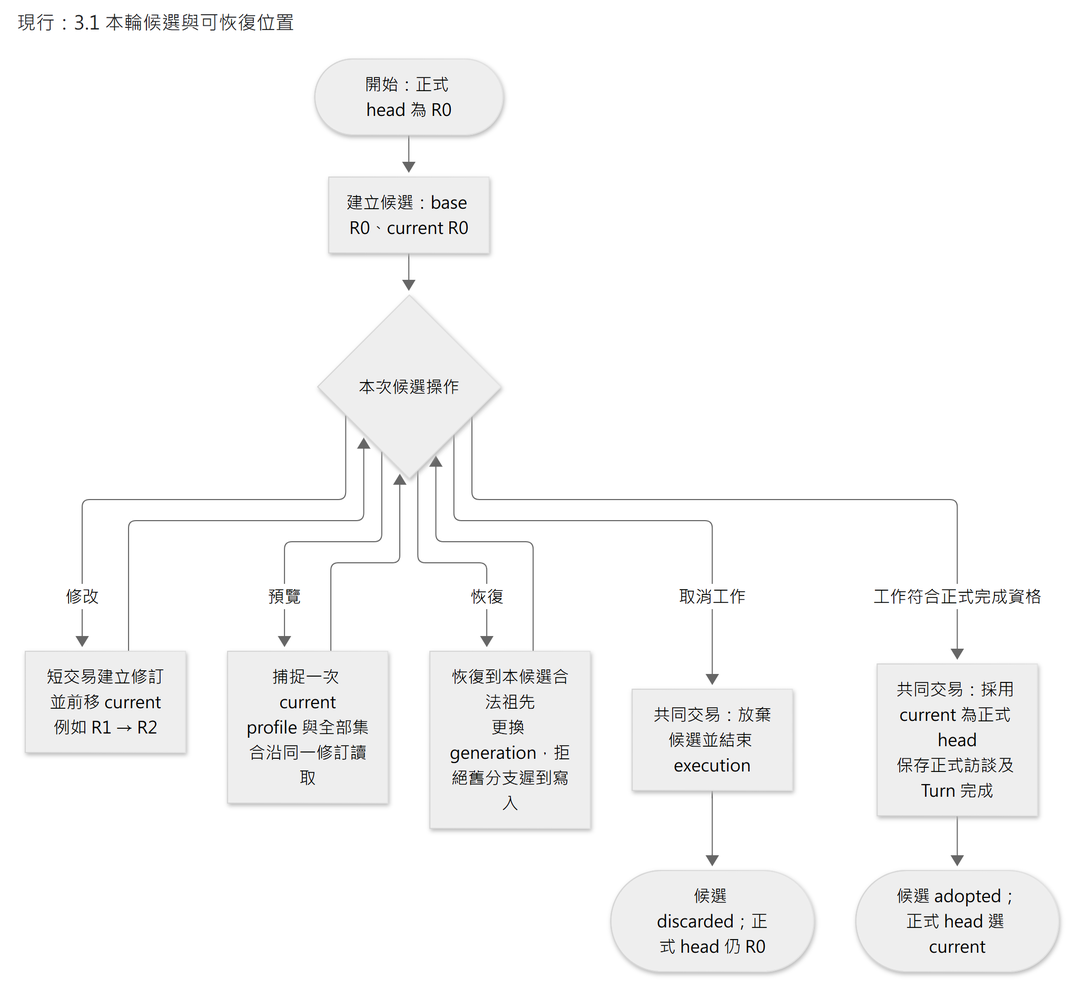
Above: docs/diagrams/implementation/jd-storage/candidate-lifecycle.png in JD-Consultant/Caliburn (Mermaid), before the change. Its source is kept beside it as docs/diagrams/implementation/jd-storage/candidate-lifecycle.mmd. The source it was exported from:
```mermaid
flowchart TD
  F([開始：正式 head 為 R0]) --> S[建立候選：base R0、current R0]
  S --> Q{本次候選操作}
  Q -->|修改| E[短交易建立修訂並前移 current<br/>例如 R1 → R2]
  Q -->|預覽| P[捕捉一次 current<br/>profile 與全部集合沿同一修訂讀取]
  Q -->|恢復| R[恢復到本候選合法祖先<br/>更換 generation，拒絕舊分支遲到寫入]
  E --> Q
  P --> Q
  R --> Q
  Q -->|取消工作| D[共同交易：放棄候選並結束 execution]
  Q -->|工作符合正式完成資格| A[共同交易：採用 current 為正式 head<br/>保存正式訪談及 Turn 完成]
  D --> X([候選 discarded；正式 head 仍 R0])
  A --> Y([候選 adopted；正式 head 選 current])
```
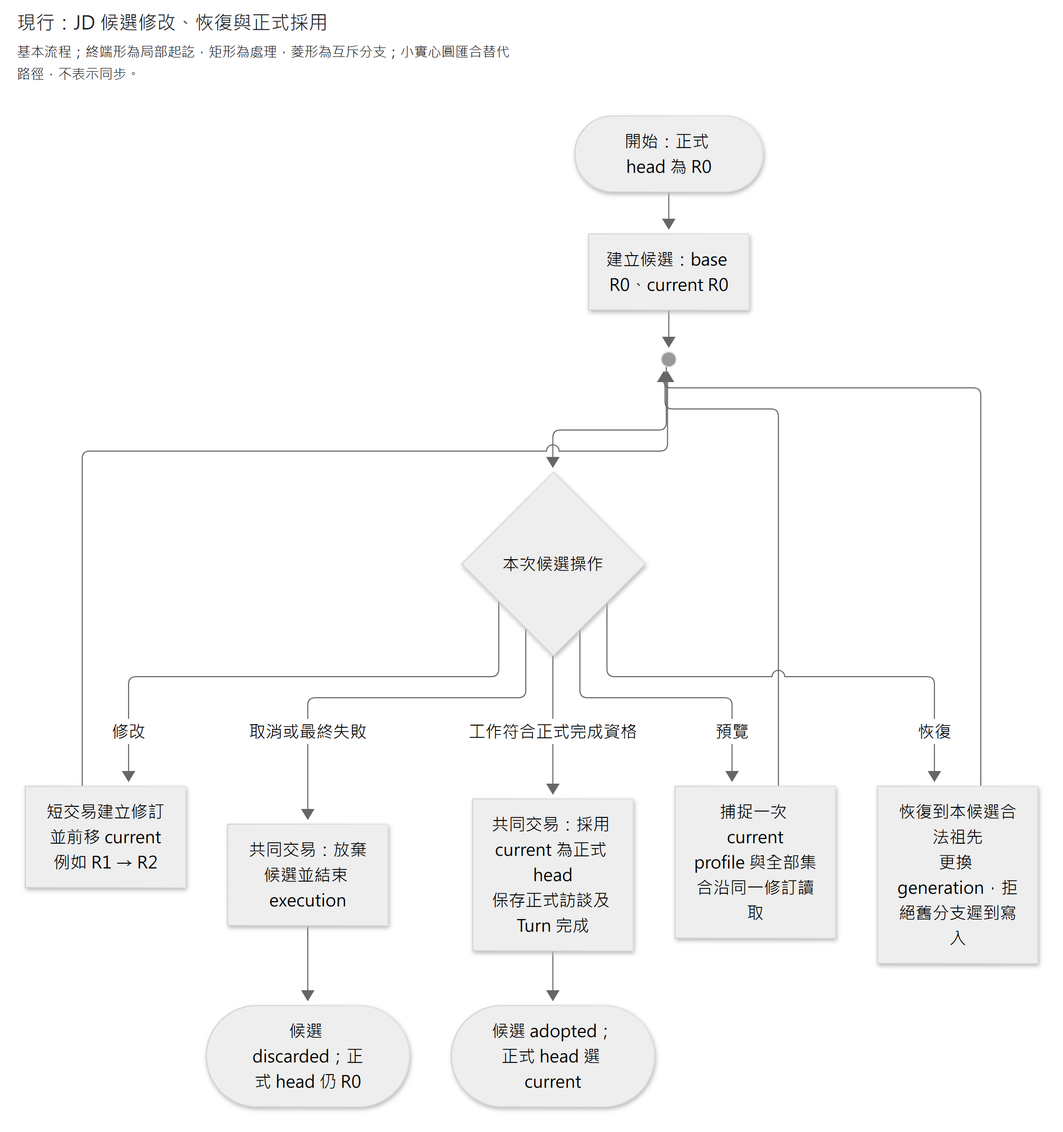
The same file after the commit.

Change to the diagram source:
```diff
@@ -1,13 +1,14 @@
 flowchart TD
   F([開始：正式 head 為 R0]) --> S[建立候選：base R0、current R0]
-  S --> Q{本次候選操作}
+  S --> M@{ shape: f-circ }
+  M --> Q{本次候選操作}
   Q -->|修改| E[短交易建立修訂並前移 current<br/>例如 R1 → R2]
   Q -->|預覽| P[捕捉一次 current<br/>profile 與全部集合沿同一修訂讀取]
   Q -->|恢復| R[恢復到本候選合法祖先<br/>更換 generation，拒絕舊分支遲到寫入]
-  E --> Q
-  P --> Q
-  R --> Q
-  Q -->|取消工作| D[共同交易：放棄候選並結束 execution]
+  E --> M
+  P --> M
+  R --> M
+  Q -->|取消或最終失敗| D[共同交易：放棄候選並結束 execution]
   Q -->|工作符合正式完成資格| A[共同交易：採用 current 為正式 head<br/>保存正式訪談及 Turn 完成]
   D --> X([候選 discarded；正式 head 仍 R0])
   A --> Y([候選 adopted；正式 head 選 current])
```
